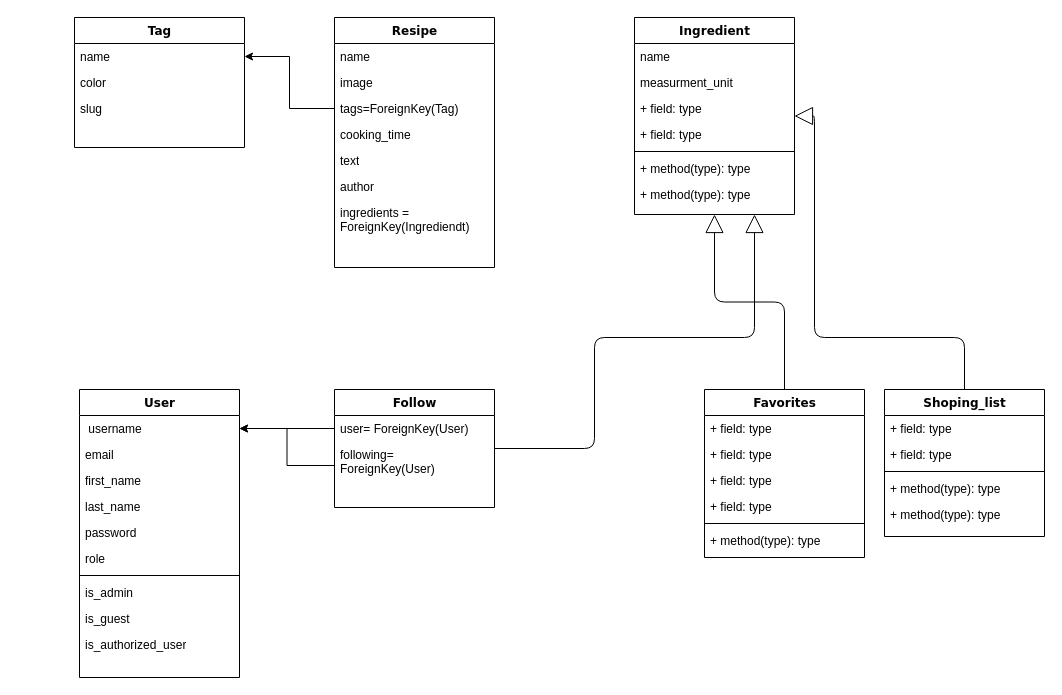
This is Models.drawio from number92/Foodgram, a draw.io file, before an edit. Source tidied: cells renumbered, new cells numbered last; positions are measured from the earlier drawing's top-left corner, leaving out a move shared by most shapes. Both pictures are drawn from the tidied source at 100%, with x=0, y=0 at pixel (74, 17).
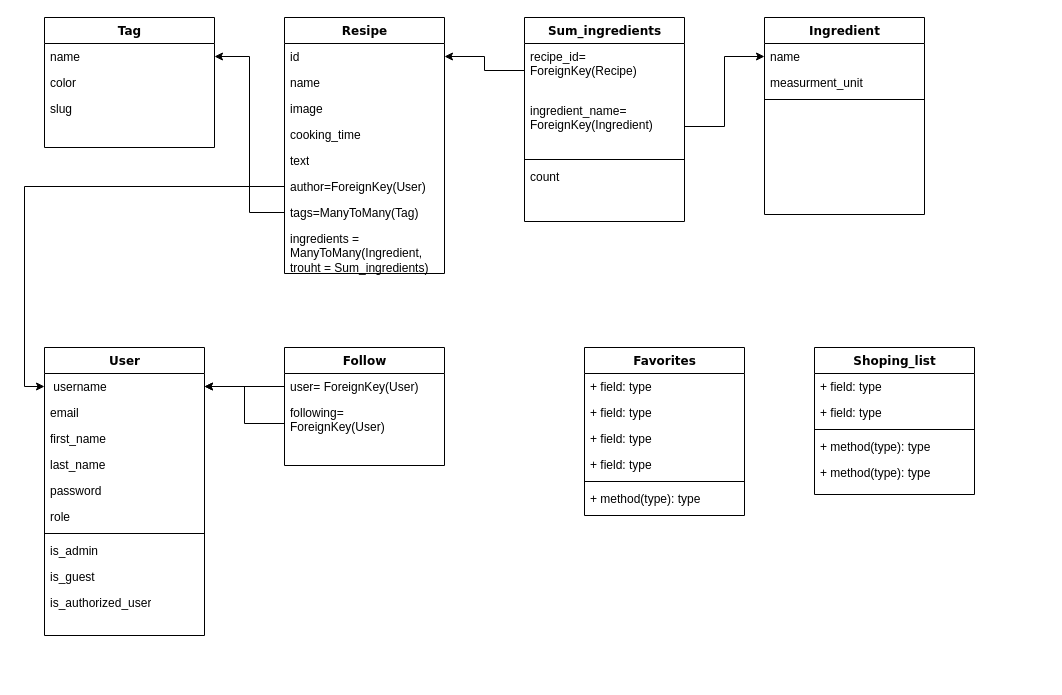
The same page after the edit.

The change refers to these unchanged cells:
```xml
<mxCell id="15" value="name" style="text;html=1;strokeColor=none;fillColor=none;align=left;verticalAlign=top;spacingLeft=4;spacingRight=4;whiteSpace=wrap;overflow=hidden;points=[[0,0.5],[1,0.5]];portConstraint=eastwest;" parent="14" vertex="1">
  <mxGeometry y="26" width="160" height="26" as="geometry" />
</mxCell>
<mxCell id="23" value="&amp;nbsp;username&amp;nbsp;" style="text;html=1;strokeColor=none;fillColor=none;align=left;verticalAlign=top;spacingLeft=4;spacingRight=4;whiteSpace=wrap;overflow=hidden;points=[[0,0.5],[1,0.5]];portConstraint=eastwest;" parent="22" vertex="1">
  <mxGeometry y="26" width="160" height="26" as="geometry" />
</mxCell>
```

What changed in the source:
```diff
@@
     <mxCell id="2" value="Resipe" style="swimlane;html=1;fontStyle=1;align=center;verticalAlign=top;horizontal=1;startSize=26;swimlaneFillColor=#ffffff;rounded=0;shadow=0;comic=0;labelBackgroundColor=none;strokeWidth=1;fillColor=none;fontFamily=Verdana;fontSize=12;" parent="1" vertex="1">
-      <mxGeometry x="260" width="160" height="250" as="geometry" />
+      <mxGeometry x="210" width="160" height="256" as="geometry" />
     </mxCell>
-    <mxCell id="3" value="name" style="text;html=1;strokeColor=none;fillColor=none;align=left;verticalAlign=top;spacingLeft=4;spacingRight=4;whiteSpace=wrap;overflow=hidden;points=[[0,0.5],[1,0.5]];portConstraint=eastwest;" parent="2" vertex="1">
+    <mxCell id="3" value="id" style="text;html=1;strokeColor=none;fillColor=none;align=left;verticalAlign=top;spacingLeft=4;spacingRight=4;whiteSpace=wrap;overflow=hidden;points=[[0,0.5],[1,0.5]];portConstraint=eastwest;" parent="2" vertex="1">
       <mxGeometry y="26" width="160" height="26" as="geometry" />
     </mxCell>
+    <mxCell id="55" value="name" style="text;html=1;strokeColor=none;fillColor=none;align=left;verticalAlign=top;spacingLeft=4;spacingRight=4;whiteSpace=wrap;overflow=hidden;" parent="2" vertex="1">
+      <mxGeometry y="52" width="160" height="26" as="geometry" />
+    </mxCell>
     <mxCell id="4" value="image" style="text;html=1;strokeColor=none;fillColor=none;align=left;verticalAlign=top;spacingLeft=4;spacingRight=4;whiteSpace=wrap;overflow=hidden;" parent="2" vertex="1">
-      <mxGeometry y="52" width="160" height="26" as="geometry" />
+      <mxGeometry y="78" width="160" height="26" as="geometry" />
     </mxCell>
-    <mxCell id="5" value="tags=ForeignKey(Tag)" style="text;html=1;strokeColor=none;fillColor=none;align=left;verticalAlign=top;spacingLeft=4;spacingRight=4;whiteSpace=wrap;overflow=hidden;points=[[0,0.5],[1,0.5]];portConstraint=eastwest;" parent="2" vertex="1">
-      <mxGeometry y="78" width="160" height="26" as="geometry" />
-    </mxCell>
@@
-    <mxCell id="8" value="author" style="text;html=1;strokeColor=none;fillColor=none;align=left;verticalAlign=top;spacingLeft=4;spacingRight=4;whiteSpace=wrap;overflow=hidden;points=[[0,0.5],[1,0.5]];portConstraint=eastwest;" parent="2" vertex="1">
+    <mxCell id="8" value="author=ForeignKey(User)" style="text;html=1;strokeColor=none;fillColor=none;align=left;verticalAlign=top;spacingLeft=4;spacingRight=4;whiteSpace=wrap;overflow=hidden;points=[[0,0.5],[1,0.5]];portConstraint=eastwest;" parent="2" vertex="1">
       <mxGeometry y="156" width="160" height="26" as="geometry" />
     </mxCell>
+    <mxCell id="5" value="tags=ManyToMany(Tag)" style="text;html=1;strokeColor=none;fillColor=none;align=left;verticalAlign=top;spacingLeft=4;spacingRight=4;whiteSpace=wrap;overflow=hidden;points=[[0,0.5],[1,0.5]];portConstraint=eastwest;" parent="2" vertex="1">
+      <mxGeometry y="182" width="160" height="26" as="geometry" />
+    </mxCell>
-    <mxCell id="9" value="ingredients = ForeignKey(Ingrediendt)" style="text;html=1;strokeColor=none;fillColor=none;align=left;verticalAlign=top;spacingLeft=4;spacingRight=4;whiteSpace=wrap;overflow=hidden;" parent="2" vertex="1">
-      <mxGeometry y="182" width="160" height="48" as="geometry" />
+    <mxCell id="9" value="ingredients = ManyToMany(Ingredient,&lt;br&gt;trouht = Sum_ingredients)" style="text;html=1;strokeColor=none;fillColor=none;align=left;verticalAlign=top;spacingLeft=4;spacingRight=4;whiteSpace=wrap;overflow=hidden;" parent="2" vertex="1">
+      <mxGeometry y="208" width="160" height="48" as="geometry" />
     </mxCell>
     <mxCell id="10" value="Tag" style="swimlane;html=1;fontStyle=1;align=center;verticalAlign=top;horizontal=1;startSize=26;swimlaneFillColor=#ffffff;rounded=0;shadow=0;comic=0;labelBackgroundColor=none;strokeWidth=1;fillColor=none;fontFamily=Verdana;fontSize=12;" parent="1" vertex="1">
-      <mxGeometry width="170" height="130" as="geometry" />
+      <mxGeometry x="-30" width="170" height="130" as="geometry" />
     </mxCell>
@@
     <mxCell id="14" value="Ingredient" style="swimlane;html=1;fontStyle=1;align=center;verticalAlign=top;horizontal=1;startSize=26;swimlaneFillColor=#ffffff;rounded=0;shadow=0;comic=0;labelBackgroundColor=none;strokeWidth=1;fillColor=none;fontFamily=Verdana;fontSize=12;" parent="1" vertex="1">
-      <mxGeometry x="560" width="160" height="197" as="geometry" />
+      <mxGeometry x="690" width="160" height="197" as="geometry" />
     </mxCell>
@@
-    <mxCell id="17" value="+ field: type" style="text;html=1;strokeColor=none;fillColor=none;align=left;verticalAlign=top;spacingLeft=4;spacingRight=4;whiteSpace=wrap;overflow=hidden;" parent="14" vertex="1">
-      <mxGeometry y="78" width="160" height="26" as="geometry" />
-    </mxCell>
-    <mxCell id="18" value="+ field: type" style="text;html=1;strokeColor=none;fillColor=none;align=left;verticalAlign=top;spacingLeft=4;spacingRight=4;whiteSpace=wrap;overflow=hidden;" parent="14" vertex="1">
-      <mxGeometry y="104" width="160" height="26" as="geometry" />
-    </mxCell>
     <mxCell id="19" style="line;html=1;strokeWidth=1;fillColor=none;align=left;verticalAlign=middle;spacingTop=-1;spacingLeft=3;spacingRight=3;labelPosition=right;" parent="14" vertex="1">
-      <mxGeometry y="130" width="160" height="8" as="geometry" />
+      <mxGeometry y="78" width="160" height="8" as="geometry" />
     </mxCell>
-    <mxCell id="20" value="+ method(type): type" style="text;html=1;strokeColor=none;fillColor=none;align=left;verticalAlign=top;spacingLeft=4;spacingRight=4;whiteSpace=wrap;overflow=hidden;" parent="14" vertex="1">
-      <mxGeometry y="138" width="160" height="26" as="geometry" />
-    </mxCell>
-    <mxCell id="21" value="+ method(type): type" style="text;html=1;strokeColor=none;fillColor=none;align=left;verticalAlign=top;spacingLeft=4;spacingRight=4;whiteSpace=wrap;overflow=hidden;" parent="14" vertex="1">
-      <mxGeometry y="164" width="160" height="26" as="geometry" />
-    </mxCell>
     <mxCell id="22" value="User" style="swimlane;html=1;fontStyle=1;align=center;verticalAlign=top;horizontal=1;startSize=26;swimlaneFillColor=#ffffff;rounded=0;shadow=0;comic=0;labelBackgroundColor=none;strokeWidth=1;fillColor=none;fontFamily=Verdana;fontSize=12;" parent="1" vertex="1">
-      <mxGeometry x="5" y="372" width="160" height="288" as="geometry" />
+      <mxGeometry x="-30" y="330" width="160" height="288" as="geometry" />
     </mxCell>
@@
-    <mxCell id="33" style="edgeStyle=orthogonalEdgeStyle;html=1;labelBackgroundColor=none;startFill=0;startSize=8;endArrow=block;endFill=0;endSize=16;fontFamily=Verdana;fontSize=12;" parent="1" edge="1" source="35" target="14">
-      <mxGeometry relative="1" as="geometry">
-        <Array as="points">
-          <mxPoint x="520" y="320" />
-          <mxPoint x="680" y="320" />
-        </Array>
-      </mxGeometry>
-    </mxCell>
@@
     <mxCell id="35" value="Follow" style="swimlane;html=1;fontStyle=1;align=center;verticalAlign=top;horizontal=1;startSize=26;swimlaneFillColor=#ffffff;rounded=0;shadow=0;comic=0;labelBackgroundColor=none;strokeWidth=1;fillColor=none;fontFamily=Verdana;fontSize=12;" parent="1" vertex="1">
-      <mxGeometry x="260" y="372" width="160" height="118" as="geometry" />
+      <mxGeometry x="210" y="330" width="160" height="118" as="geometry" />
     </mxCell>
@@
-    <mxCell id="38" style="edgeStyle=orthogonalEdgeStyle;html=1;labelBackgroundColor=none;startFill=0;startSize=8;endArrow=block;endFill=0;endSize=16;fontFamily=Verdana;fontSize=12;" parent="1" edge="1" source="39" target="14">
-      <mxGeometry relative="1" as="geometry" />
-    </mxCell>
     <mxCell id="39" value="Favorites" style="swimlane;html=1;fontStyle=1;align=center;verticalAlign=top;horizontal=1;startSize=26;swimlaneFillColor=#ffffff;rounded=0;shadow=0;comic=0;labelBackgroundColor=none;strokeWidth=1;fillColor=none;fontFamily=Verdana;fontSize=12;" parent="1" vertex="1">
-      <mxGeometry x="630" y="372" width="160" height="168" as="geometry" />
+      <mxGeometry x="510" y="330" width="160" height="168" as="geometry" />
     </mxCell>
@@
-    <mxCell id="46" style="edgeStyle=orthogonalEdgeStyle;html=1;labelBackgroundColor=none;startFill=0;startSize=8;endArrow=block;endFill=0;endSize=16;fontFamily=Verdana;fontSize=12;" parent="1" edge="1" source="47" target="14">
-      <mxGeometry relative="1" as="geometry">
-        <Array as="points">
-          <mxPoint x="890" y="320" />
-          <mxPoint x="740" y="320" />
-        </Array>
-      </mxGeometry>
-    </mxCell>
     <mxCell id="47" value="Shoping_list" style="swimlane;html=1;fontStyle=1;align=center;verticalAlign=top;horizontal=1;startSize=26;swimlaneFillColor=#ffffff;rounded=0;shadow=0;comic=0;labelBackgroundColor=none;strokeWidth=1;fillColor=none;fontFamily=Verdana;fontSize=12;" parent="1" vertex="1">
-      <mxGeometry x="810" y="372" width="160" height="147" as="geometry" />
+      <mxGeometry x="740" y="330" width="160" height="147" as="geometry" />
     </mxCell>
@@
+    <mxCell id="56" style="edgeStyle=orthogonalEdgeStyle;rounded=0;jettySize=auto;html=1;exitX=0;exitY=0.5;exitDx=0;exitDy=0;entryX=0;entryY=0.5;entryDx=0;entryDy=0;" parent="1" edge="1" source="8" target="23">
+      <mxGeometry relative="1" as="geometry" />
+    </mxCell>
+    <mxCell id="57" value="Sum_ingredients" style="swimlane;html=1;fontStyle=1;align=center;verticalAlign=top;horizontal=1;startSize=26;swimlaneFillColor=#ffffff;rounded=0;shadow=0;comic=0;labelBackgroundColor=none;strokeWidth=1;fillColor=none;fontFamily=Verdana;fontSize=12;" parent="1" vertex="1">
+      <mxGeometry x="450" width="160" height="204" as="geometry" />
+    </mxCell>
+    <mxCell id="58" value="recipe_id=&lt;br&gt;ForeignKey(Recipe)" style="text;html=1;strokeColor=none;fillColor=none;align=left;verticalAlign=top;spacingLeft=4;spacingRight=4;whiteSpace=wrap;overflow=hidden;points=[[0,0.5],[1,0.5]];portConstraint=eastwest;" parent="57" vertex="1">
+      <mxGeometry y="26" width="160" height="54" as="geometry" />
+    </mxCell>
+    <mxCell id="59" value="ingredient_name=&lt;br&gt;ForeignKey(Ingredient)" style="text;html=1;strokeColor=none;fillColor=none;align=left;verticalAlign=top;spacingLeft=4;spacingRight=4;whiteSpace=wrap;overflow=hidden;points=[[0,0.5],[1,0.5]];portConstraint=eastwest;" parent="57" vertex="1">
+      <mxGeometry y="80" width="160" height="58" as="geometry" />
+    </mxCell>
+    <mxCell id="60" style="line;html=1;strokeWidth=1;fillColor=none;align=left;verticalAlign=middle;spacingTop=-1;spacingLeft=3;spacingRight=3;labelPosition=right;" parent="57" vertex="1">
+      <mxGeometry y="138" width="160" height="8" as="geometry" />
+    </mxCell>
+    <mxCell id="61" value="count&amp;nbsp;" style="text;html=1;strokeColor=none;fillColor=none;align=left;verticalAlign=top;spacingLeft=4;spacingRight=4;whiteSpace=wrap;overflow=hidden;" parent="57" vertex="1">
+      <mxGeometry y="146" width="160" height="58" as="geometry" />
+    </mxCell>
+    <mxCell id="62" style="edgeStyle=orthogonalEdgeStyle;rounded=0;jettySize=auto;html=1;exitX=0;exitY=0.5;exitDx=0;exitDy=0;" parent="1" edge="1" source="58" target="3">
+      <mxGeometry relative="1" as="geometry" />
+    </mxCell>
+    <mxCell id="63" style="edgeStyle=orthogonalEdgeStyle;rounded=0;jettySize=auto;html=1;exitX=1;exitY=0.5;exitDx=0;exitDy=0;" parent="1" edge="1" source="59" target="15">
+      <mxGeometry relative="1" as="geometry" />
+    </mxCell>
```
